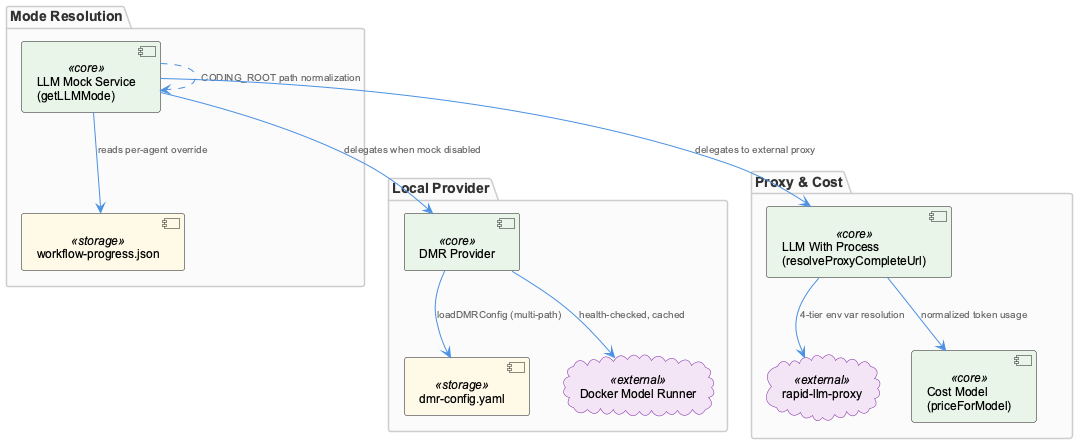
This is knowledge-management/insights/images/llmabstraction-architecture.png from fwornle/coding, a PlantUML export, as it was before one commit.
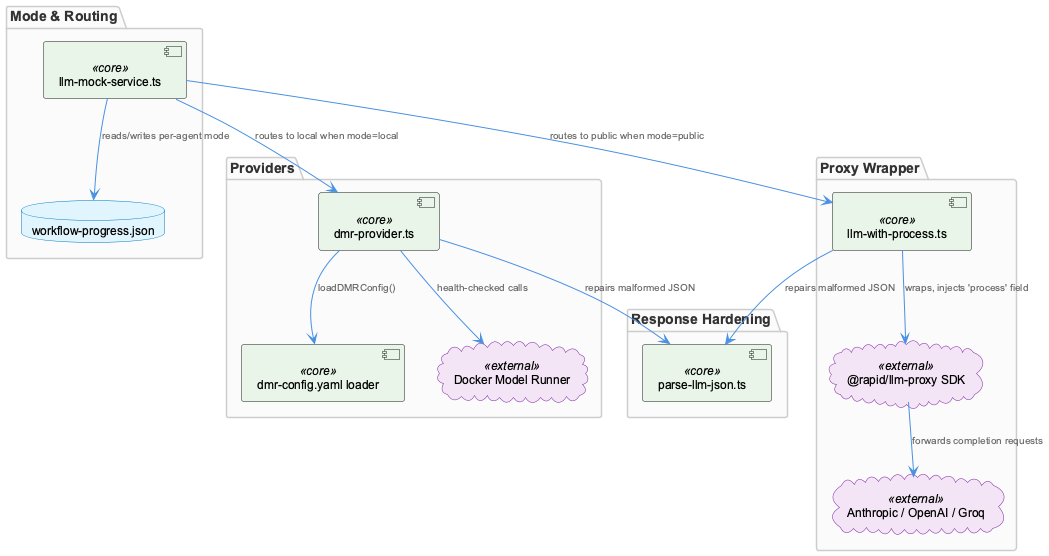
Later version of the same file.

What changed in the source:
```diff
@@ -1,33 +1,38 @@
 @startuml
 !include /Users/Q284340/Agentic/coding/docs/puml/_standard-style.puml
 
-package "Mode Resolution" {
-  component "LLM Mock Service\n(getLLMMode)" as mockSvc <<core>>
-  component "workflow-progress.json" as wfProgress <<storage>>
+package "Mode & Routing" {
+  component "llm-mock-service.ts" as mock <<core>>
+  database "workflow-progress.json" as wf
 }
 
-package "Local Provider" {
-  component "DMR Provider" as dmrProvider <<core>>
-  component "dmr-config.yaml" as dmrConfig <<storage>>
-  cloud "Docker Model Runner" as dmr <<external>>
+package "Providers" {
+  component "dmr-provider.ts" as dmr <<core>>
+  component "dmr-config.yaml loader" as dmrcfg <<core>>
+  cloud "Docker Model Runner" as dockermr <<external>>
 }
 
-package "Proxy & Cost" {
-  component "LLM With Process\n(resolveProxyCompleteUrl)" as llmProcess <<core>>
-  cloud "rapid-llm-proxy" as proxy <<external>>
-  component "Cost Model\n(priceForModel)" as costModel <<core>>
+package "Proxy Wrapper" {
+  component "llm-with-process.ts" as proxy <<core>>
+  cloud "@rapid/llm-proxy SDK" as sdk <<external>>
+  cloud "Anthropic / OpenAI / Groq" as extllm <<external>>
 }
 
-mockSvc --> wfProgress : "reads per-agent override"
-mockSvc ..> mockSvc : "CODING_ROOT path normalization"
+package "Response Hardening" {
+  component "parse-llm-json.ts" as parser <<core>>
+}
 
-dmrProvider --> dmrConfig : "loadDMRConfig (multi-path)"
-dmrProvider --> dmr : "health-checked, cached"
+mock --> wf : "reads/writes per-agent mode"
+mock --> dmr : "routes to local when mode=local"
+mock --> proxy : "routes to public when mode=public"
 
-llmProcess --> proxy : "4-tier env var resolution"
-llmProcess --> costModel : "normalized token usage"
+dmr --> dmrcfg : "loadDMRConfig()"
+dmr --> dockermr : "health-checked calls"
 
-mockSvc --> dmrProvider : "delegates when mock disabled"
-mockSvc --> llmProcess : "delegates to external proxy"
+proxy --> sdk : "wraps, injects 'process' field"
+sdk --> extllm : "forwards completion requests"
+
+dmr --> parser : "repairs malformed JSON"
+proxy --> parser : "repairs malformed JSON"
 
 @enduml
```
